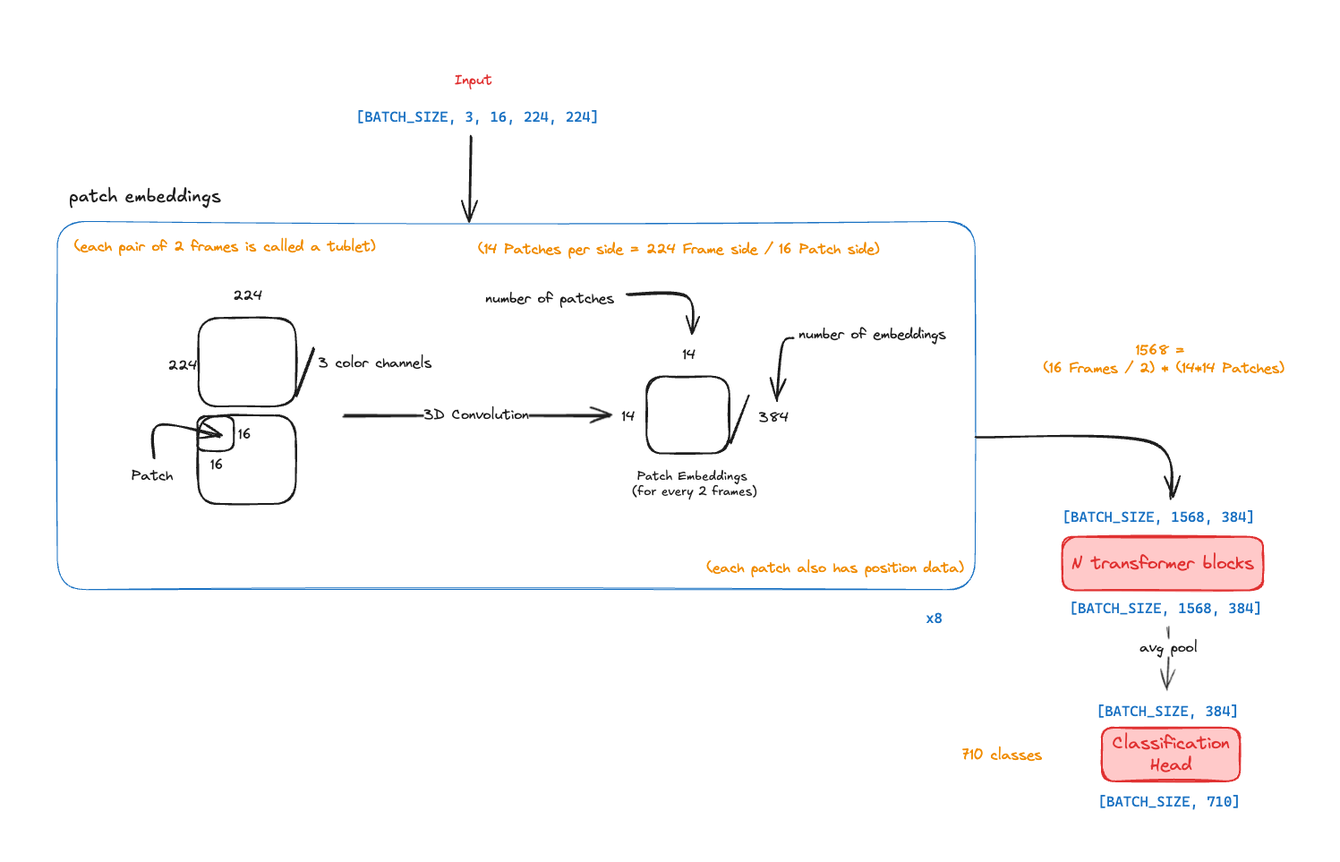
The Excalidraw diagram static/2025-01-debugging-vit-and-tensorrt/videomae-arch.png in ohadravid/ohadravid.github.io, before a commit. Source tidied: one line per element, renumbered; positions are measured from the earlier drawing's top-left corner, leaving out a move shared by most shapes.
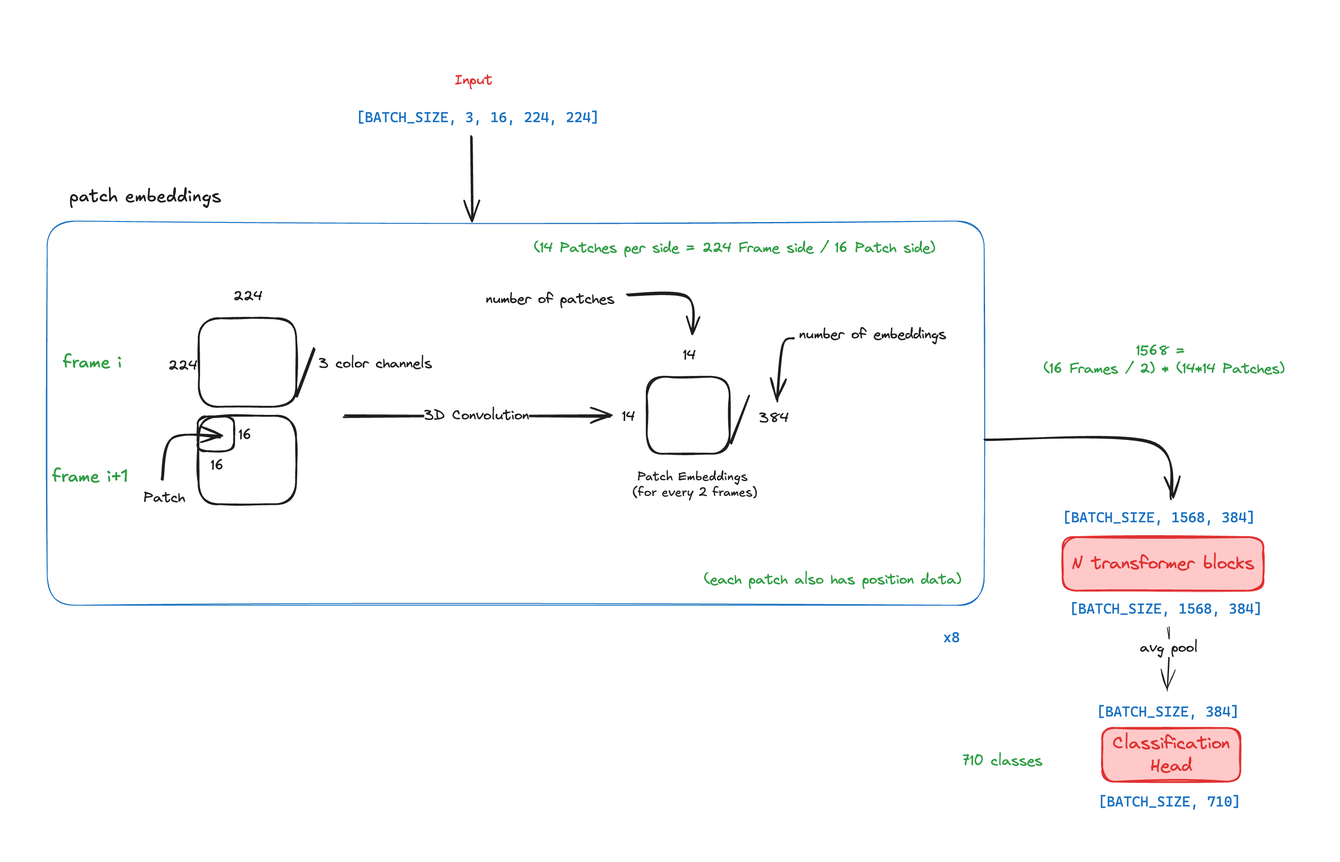
After the change.

Diff of the diagram source:
```diff
@@ -5,10 +5,10 @@
 {"id": 4, "type": "text", "text": "224", "strokeColor": "#1e1e1e", "backgroundColor": "#ffffff", "fillStyle": "hachure", "strokeWidth": 2, "roughness": 1, "fontSize": 15.97, "fontFamily": 1, "x": 250, "y": 311, "width": 33, "height": 20}
 {"id": 5, "type": "text", "text": "16", "strokeColor": "#1e1e1e", "strokeWidth": 2, "roughness": 1, "fontSize": 15.97, "fontFamily": 1, "textAlign": "center", "x": 225, "y": 500, "width": 15, "height": 20}
 {"id": 6, "type": "text", "text": "16", "strokeColor": "#1e1e1e", "strokeWidth": 2, "roughness": 1, "fontSize": 15.97, "fontFamily": 1, "textAlign": "center", "x": 256, "y": 466, "width": 15, "height": 20}
-{"id": 7, "type": "text", "text": "Patch", "strokeColor": "#1e1e1e", "strokeWidth": 2, "roughness": 1, "fontSize": 15.97, "fontFamily": 1, "textAlign": "center", "x": 137, "y": 512, "width": 46, "height": 20}
+{"id": 7, "type": "text", "text": "Patch", "strokeColor": "#1e1e1e", "strokeWidth": 2, "roughness": 1, "fontSize": 15.97, "fontFamily": 1, "textAlign": "center", "x": 150, "y": 536, "width": 46, "height": 20}
-{"id": 8, "type": "arrow", "strokeColor": "#1e1e1e", "strokeWidth": 2, "roughness": 1, "endArrowhead": "arrow", "round": true, "from": 7, "x": 162, "y": 501, "width": 75, "height": 36, "points": [[0, 0], [6, -36], [75, -23]]}
+{"id": 8, "type": "arrow", "strokeColor": "#1e1e1e", "strokeWidth": 2, "roughness": 1, "endArrowhead": "arrow", "round": true, "from": 7, "to": 2, "x": 171, "y": 525, "width": 66, "height": 47, "points": [[0, 0], [12, -45], [66, -47]]}
 {"id": 9, "type": "arrow", "strokeColor": "#1e1e1e", "strokeWidth": 2, "roughness": 1, "endArrowhead": "arrow", "round": true, "to": 14, "x": 374, "y": 454, "width": 297, "height": 1, "points": [[0, 0], [297, 1]]}
-{"id": 10, "type": "text", "text": "3D Convolution", "strokeColor": "#1e1e1e", "strokeWidth": 2, "roughness": 1, "fontSize": 15.97, "fontFamily": 1, "textAlign": "center", "verticalAlign": "middle", "inside": 9, "x": 470, "y": 439, "width": 117, "height": 20}
+{"id": 10, "type": "text", "text": "3D Convolution", "strokeColor": "#1e1e1e", "strokeWidth": 2, "roughness": 1, "fontSize": 15.97, "fontFamily": 1, "textAlign": "center", "verticalAlign": "middle", "inside": 9, "x": 464, "y": 444, "width": 117, "height": 20}
 {"id": 11, "type": "line", "strokeColor": "#1e1e1e", "strokeWidth": 2, "roughness": 1, "round": true, "x": 321, "y": 433, "width": 20, "height": 54, "points": [[0, 0], [20, -54]]}
 {"id": 12, "type": "text", "text": "3 color channels", "strokeColor": "#1e1e1e", "strokeWidth": 2, "roughness": 1, "fontSize": 15.97, "fontFamily": 1, "textAlign": "center", "x": 346, "y": 386, "width": 127, "height": 20}
 {"id": 13, "type": "rectangle", "strokeColor": "#1e1e1e", "strokeWidth": 2, "roughness": 1, "round": true, "x": 712, "y": 410, "width": 93, "height": 86}
@@ -18,29 +18,30 @@
 {"id": 17, "type": "arrow", "strokeColor": "#1e1e1e", "strokeWidth": 2, "roughness": 1, "endArrowhead": "arrow", "round": true, "from": 16, "x": 876, "y": 367, "width": 18, "height": 71, "points": [[0, 0], [-11, 9], [-18, 71]]}
 {"id": 18, "type": "arrow", "strokeColor": "#1e1e1e", "strokeWidth": 2, "roughness": 1, "endArrowhead": "arrow", "round": true, "from": 19, "to": 15, "x": 691, "y": 320, "width": 72, "height": 43, "points": [[0, 0], [66, 2], [72, 43]]}
 {"id": 19, "type": "text", "text": "number of patches", "strokeColor": "#1e1e1e", "strokeWidth": 2, "roughness": 1, "fontSize": 15.97, "fontFamily": 1, "textAlign": "center", "x": 532, "y": 314, "width": 144, "height": 20}
-{"id": 20, "type": "rectangle", "strokeColor": "#1971c2", "strokeWidth": 1, "roughness": 1, "round": true, "x": 54, "y": 237, "width": 1025, "height": 411}
+{"id": 20, "type": "rectangle", "strokeColor": "#1971c2", "strokeWidth": 1, "roughness": 1, "round": true, "x": 42, "y": 237, "width": 1047, "height": 429}
 {"id": 21, "type": "text", "text": "[BATCH_SIZE, 3, 16, 224, 224]", "strokeColor": "#1971c2", "strokeWidth": 1, "roughness": 1, "fontSize": 15.97, "fontFamily": 3, "textAlign": "center", "x": 388, "y": 111, "width": 271, "height": 19}
-{"id": 22, "type": "text", "text": "(each patch also has position data)", "strokeColor": "#f08c00", "strokeWidth": 2, "roughness": 1, "fontSize": 15.97, "fontFamily": 1, "textAlign": "center", "x": 779, "y": 615, "width": 287, "height": 20}
+{"id": 22, "type": "text", "text": "(each patch also has position data)", "strokeColor": "#2f9e44", "strokeWidth": 2, "roughness": 1, "fontSize": 15.97, "fontFamily": 1, "textAlign": "center", "x": 776, "y": 628, "width": 287, "height": 20}
 {"id": 23, "type": "text", "text": "384", "strokeColor": "#1e1e1e", "strokeWidth": 2, "roughness": 1, "fontSize": 15.97, "fontFamily": 1, "textAlign": "center", "x": 838, "y": 447, "width": 33, "height": 20}
 {"id": 24, "type": "line", "strokeColor": "#1e1e1e", "strokeWidth": 2, "roughness": 1, "round": true, "x": 806, "y": 485, "width": 20, "height": 54, "points": [[0, 0], [20, -54]]}
-{"id": 25, "type": "text", "text": "(each pair of 2 frames is called a tublet)", "strokeColor": "#f08c00", "strokeWidth": 2, "roughness": 1, "fontSize": 15.97, "fontFamily": 1, "textAlign": "center", "x": 73, "y": 256, "width": 337, "height": 20}
 {"id": 26, "type": "text", "text": "Patch Embeddings \n(for every 2 frames)", "strokeColor": "#1e1e1e", "strokeWidth": 2, "roughness": 1, "fontSize": 14.03, "fontFamily": 5, "textAlign": "center", "x": 696, "y": 514, "width": 140, "height": 35}
-{"id": 27, "type": "text", "text": "(14 Patches per side = 224 Frame side / 16 Patch side)", "strokeColor": "#f08c00", "strokeWidth": 2, "roughness": 1, "fontSize": 15.97, "fontFamily": 1, "textAlign": "center", "x": 524, "y": 259, "width": 448, "height": 20}
+{"id": 27, "type": "text", "text": "(14 Patches per side = 224 Frame side / 16 Patch side)", "strokeColor": "#2f9e44", "strokeWidth": 2, "roughness": 1, "fontSize": 15.97, "fontFamily": 1, "textAlign": "center", "x": 586, "y": 257, "width": 448, "height": 20}
 {"id": 28, "type": "text", "text": "[BATCH_SIZE, 384]", "strokeColor": "#1971c2", "strokeWidth": 1, "roughness": 1, "fontSize": 15.97, "fontFamily": 3, "textAlign": "center", "x": 1215, "y": 775, "width": 159, "height": 19}
 {"id": 29, "type": "arrow", "strokeColor": "#1e1e1e", "strokeWidth": 1, "roughness": 1, "endArrowhead": "arrow", "round": true, "from": 42, "to": 28, "x": 1294, "y": 690, "width": 3, "height": 70, "points": [[0, 0], [1, 24], [-1, 70]]}
 {"id": 30, "type": "text", "text": "avg pool", "strokeColor": "#1e1e1e", "strokeWidth": 1, "roughness": 1, "fontSize": 15.97, "fontFamily": 1, "textAlign": "center", "verticalAlign": "middle", "inside": 29, "x": 1471, "y": 647, "width": 65, "height": 20}
 {"id": 31, "type": "rectangle", "strokeColor": "#e03131", "backgroundColor": "#ffc9c9", "fillStyle": "solid", "strokeWidth": 2, "roughness": 1, "round": true, "x": 1177, "y": 590, "width": 224, "height": 60}
 {"id": 32, "type": "text", "text": "N transformer blocks", "strokeColor": "#e03131", "backgroundColor": "#ffc9c9", "fillStyle": "solid", "strokeWidth": 2, "roughness": 1, "fontSize": 19.96, "fontFamily": 1, "textAlign": "center", "verticalAlign": "middle", "inside": 31, "x": 1186, "y": 607, "width": 205, "height": 25}
-{"id": 33, "type": "arrow", "strokeColor": "#1e1e1e", "strokeWidth": 2, "roughness": 1, "endArrowhead": "arrow", "round": true, "from": 20, "to": 36, "x": 1080, "y": 478, "width": 218, "height": 68, "points": [[0, 0], [195, 5], [218, 68]]}
+{"id": 33, "type": "arrow", "strokeColor": "#1e1e1e", "strokeWidth": 2, "roughness": 1, "endArrowhead": "arrow", "round": true, "from": 20, "to": 36, "x": 1090, "y": 481, "width": 208, "height": 66, "points": [[0, 0], [186, 3], [208, 66]]}
 {"id": 34, "type": "text", "text": "patch embeddings", "strokeColor": "#1e1e1e", "strokeWidth": 2, "roughness": 1, "fontSize": 19.96, "fontFamily": 5, "textAlign": "center", "x": 67, "y": 197, "width": 171, "height": 25}
-{"id": 35, "type": "text", "text": "x8", "strokeColor": "#1971c2", "strokeWidth": 1, "roughness": 1, "fontSize": 15.97, "fontFamily": 3, "textAlign": "center", "x": 1024, "y": 670, "width": 19, "height": 19}
+{"id": 35, "type": "text", "text": "x8", "strokeColor": "#1971c2", "strokeWidth": 1, "roughness": 1, "fontSize": 15.97, "fontFamily": 3, "textAlign": "center", "x": 1043, "y": 692, "width": 19, "height": 19}
 {"id": 36, "type": "text", "text": "[BATCH_SIZE, 1568, 384]", "strokeColor": "#1971c2", "strokeWidth": 1, "roughness": 1, "fontSize": 15.97, "fontFamily": 3, "textAlign": "center", "x": 1177, "y": 558, "width": 215, "height": 19}
-{"id": 37, "type": "text", "text": "1568 = \n(16 Frames / 2) * (14*14 Patches)", "strokeColor": "#f08c00", "strokeWidth": 2, "roughness": 1, "fontSize": 15.97, "fontFamily": 1, "textAlign": "center", "x": 1156, "y": 372, "width": 269, "height": 40}
+{"id": 37, "type": "text", "text": "1568 = \n(16 Frames / 2) * (14*14 Patches)", "strokeColor": "#2f9e44", "strokeWidth": 2, "roughness": 1, "fontSize": 15.97, "fontFamily": 1, "textAlign": "center", "x": 1156, "y": 372, "width": 269, "height": 40}
 {"id": 38, "type": "rectangle", "strokeColor": "#e03131", "backgroundColor": "#ffc9c9", "fillStyle": "solid", "strokeWidth": 2, "roughness": 1, "round": true, "x": 1221, "y": 803, "width": 154, "height": 60}
 {"id": 39, "type": "text", "text": "Classification\nHead", "strokeColor": "#e03131", "backgroundColor": "#ffc9c9", "fillStyle": "solid", "strokeWidth": 2, "roughness": 1, "fontSize": 19.96, "fontFamily": 1, "textAlign": "center", "verticalAlign": "middle", "inside": 38, "x": 1233, "y": 808, "width": 131, "height": 50}
 {"id": 40, "type": "text", "text": "[BATCH_SIZE, 710]", "strokeColor": "#1971c2", "strokeWidth": 1, "roughness": 1, "fontSize": 15.97, "fontFamily": 3, "textAlign": "center", "x": 1217, "y": 876, "width": 159, "height": 19}
-{"id": 41, "type": "text", "text": "710 classes", "strokeColor": "#f08c00", "strokeWidth": 2, "roughness": 1, "fontSize": 15.97, "fontFamily": 1, "textAlign": "center", "x": 1065, "y": 824, "width": 90, "height": 20}
+{"id": 41, "type": "text", "text": "710 classes", "strokeColor": "#2f9e44", "strokeWidth": 2, "roughness": 1, "fontSize": 15.97, "fontFamily": 1, "textAlign": "center", "x": 1065, "y": 830, "width": 90, "height": 20}
 {"id": 42, "type": "text", "text": "[BATCH_SIZE, 1568, 384]", "strokeColor": "#1971c2", "strokeWidth": 1, "roughness": 1, "fontSize": 15.97, "fontFamily": 3, "textAlign": "center", "x": 1185, "y": 660, "width": 215, "height": 19}
 {"id": 43, "type": "text", "text": "Input", "strokeColor": "#e03131", "strokeWidth": 1, "roughness": 1, "fontSize": 15.97, "fontFamily": 1, "textAlign": "center", "x": 498, "y": 70, "width": 42, "height": 20}
-{"id": 44, "type": "arrow", "strokeColor": "#1e1e1e", "backgroundColor": "#ffc9c9", "fillStyle": "solid", "strokeWidth": 2, "roughness": 1, "endArrowhead": "arrow", "round": true, "from": 21, "to": 20, "x": 516, "y": 143, "width": 1, "height": 93, "points": [[0, 0], [-1, 93]]}
+{"id": 44, "type": "arrow", "strokeColor": "#1e1e1e", "backgroundColor": "#ffc9c9", "fillStyle": "solid", "strokeWidth": 2, "roughness": 1, "endArrowhead": "arrow", "round": true, "from": 21, "to": 20, "x": 516, "y": 143, "width": 2, "height": 92, "points": [[0, 0], [2, 92]]}
 {"id": 45, "type": "rectangle", "strokeColor": "transparent", "strokeWidth": 2, "roughness": 1, "round": true, "x": 0, "y": 0, "width": 1477, "height": 943}
+{"id": 46, "type": "text", "text": "frame i", "strokeColor": "#2f9e44", "strokeWidth": 2, "roughness": 1, "fontSize": 20, "fontFamily": 5, "textAlign": "center", "x": 60, "y": 382, "width": 66, "height": 25}
+{"id": 47, "type": "text", "text": "frame i+1", "strokeColor": "#2f9e44", "strokeWidth": 2, "roughness": 1, "fontSize": 20, "fontFamily": 5, "textAlign": "center", "x": 48, "y": 510, "width": 85, "height": 25}
```
